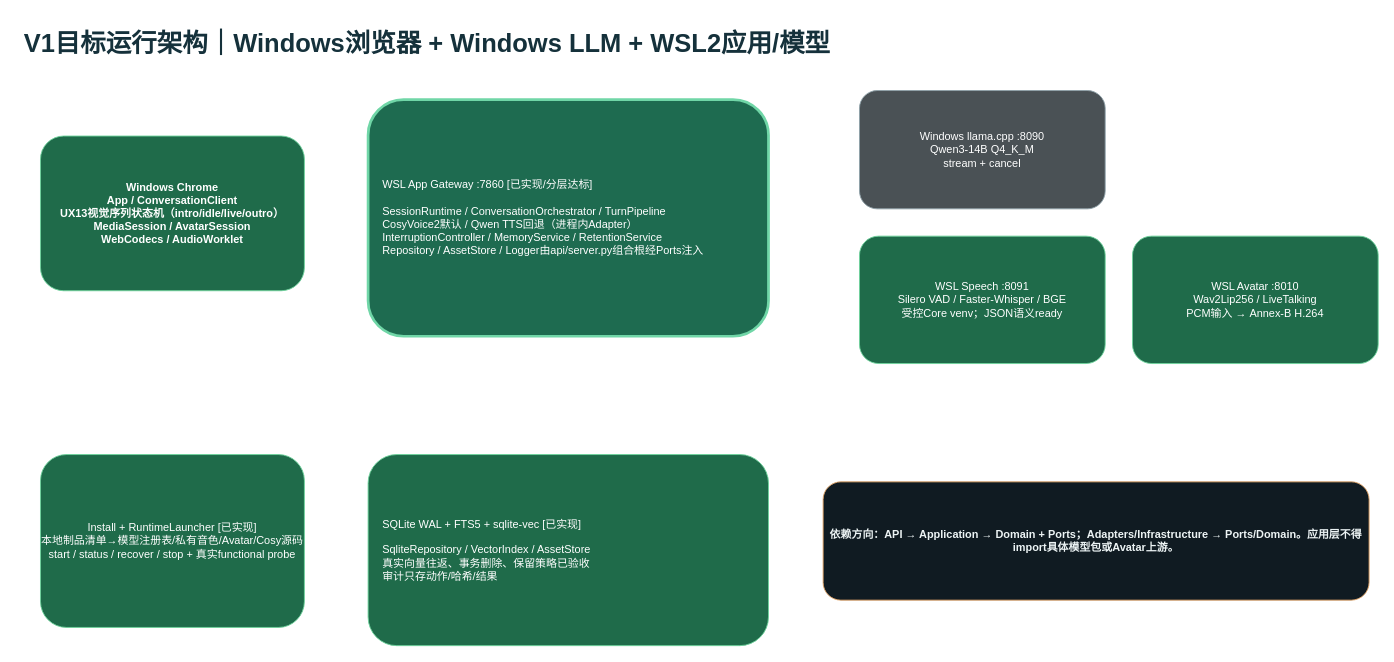
Earlier version of the draw.io diagram page "03-V1目标运行架构" (3 of 8) of docs/cyberWife-b3-b5-delivery-gap.drawio (ljx418/cyberWife). Source tidied: cells renumbered, new cells numbered last; positions are measured from the earlier drawing's top-left corner, leaving out a move shared by most shapes. Both pictures are drawn from the tidied source at 91%, with x=0, y=0 at pixel (22, 22).
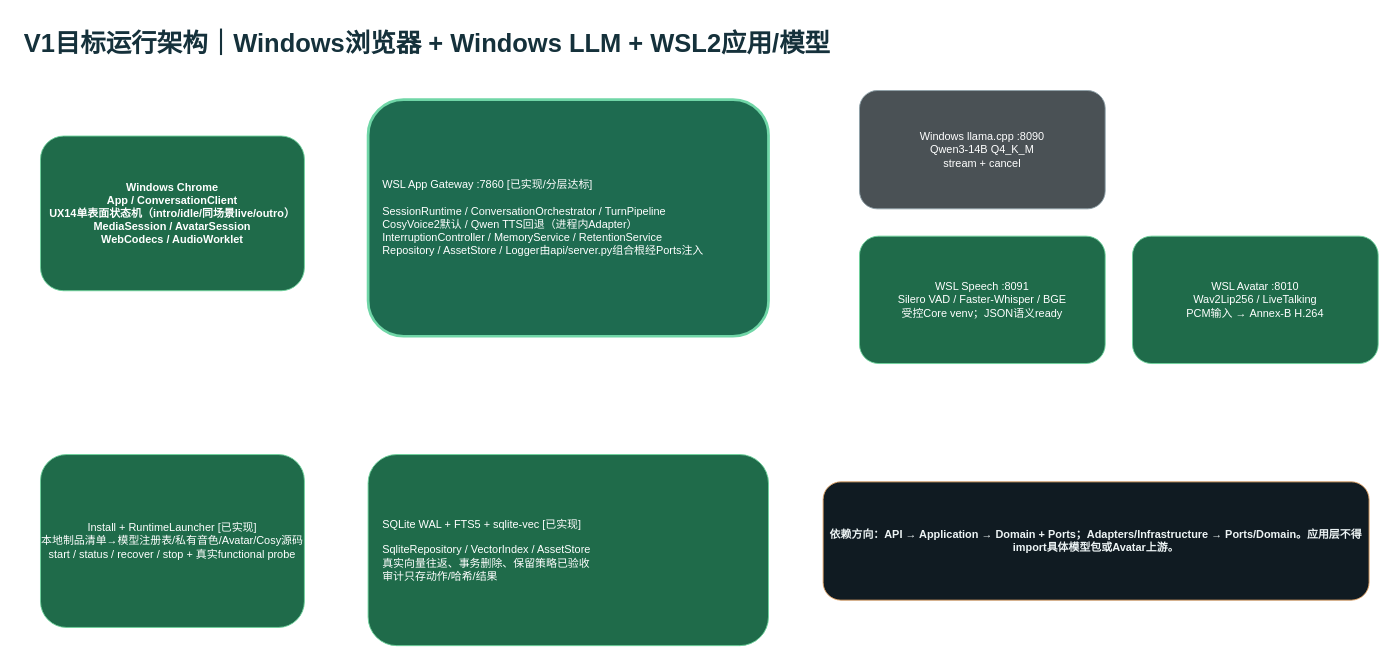
Above is the later version.

The edit, as a diff of the source:
```diff
@@
 <mxGraphModel>
   <root>
     <mxCell id="0" />
     <mxCell id="1" parent="0" />
     <mxCell id="2" value="V1目标运行架构｜Windows浏览器 + Windows LLM + WSL2应用/模型" style="text;html=1;fontSize=28;fontStyle=1;fontColor=#15313B;" parent="1" vertex="1">
       <mxGeometry width="1400" height="55" as="geometry" />
     </mxCell>
-    <mxCell id="3" value="Windows Chrome&#10;App / ConversationClient&#10;UX13视觉序列状态机（intro/idle/live/outro）&#10;MediaSession / AvatarSession&#10;WebCodecs / AudioWorklet" style="rounded=1;html=1;whiteSpace=wrap;fillColor=#1F6B4A;strokeColor=#6ED39C;fontColor=#FFFFFF;fontStyle=1;" parent="1" vertex="1">
+    <mxCell id="3" value="Windows Chrome&#10;App / ConversationClient&#10;UX14单表面状态机（intro/idle/同场景live/outro）&#10;MediaSession / AvatarSession&#10;WebCodecs / AudioWorklet" style="rounded=1;html=1;whiteSpace=wrap;fillColor=#1F6B4A;strokeColor=#6ED39C;fontColor=#FFFFFF;fontStyle=1;" parent="1" vertex="1">
       <mxGeometry x="20" y="125" width="290" height="170" as="geometry" />
     </mxCell>
     <mxCell id="4" value="WSL App Gateway :7860 [已实现/分层达标]&#10;&#10;SessionRuntime / ConversationOrchestrator / TurnPipeline&#10;CosyVoice2默认 / Qwen TTS回退（进程内Adapter）&#10;InterruptionController / MemoryService / RetentionService&#10;Repository / AssetStore / Logger由api/server.py组合根经Ports注入" style="rounded=1;html=1;whiteSpace=wrap;fillColor=#1E6B50;strokeColor=#70D6A7;strokeWidth=3;fontColor=#FFFFFF;align=left;spacing=16;" parent="1" vertex="1">
       <mxGeometry x="380" y="85" width="440" height="260" as="geometry" />
     </mxCell>
     <mxCell id="5" value="Windows llama.cpp :8090&#10;Qwen3-14B Q4_K_M&#10;stream + cancel" style="rounded=1;html=1;whiteSpace=wrap;fillColor=#4A5155;strokeColor=#8EA0A8;fontColor=#FFFFFF;" parent="1" vertex="1">
       <mxGeometry x="920" y="75" width="270" height="130" as="geometry" />
     </mxCell>
     <mxCell id="6" value="WSL Speech :8091&#10;Silero VAD / Faster-Whisper / BGE&#10;受控Core venv；JSON语义ready" style="rounded=1;html=1;whiteSpace=wrap;fillColor=#1F6B4A;strokeColor=#6ED39C;fontColor=#FFFFFF;" parent="1" vertex="1">
       <mxGeometry x="920" y="235" width="270" height="140" as="geometry" />
     </mxCell>
     <mxCell id="7" value="WSL Avatar :8010&#10;Wav2Lip256 / LiveTalking&#10;PCM输入 → Annex-B H.264" style="rounded=1;html=1;whiteSpace=wrap;fillColor=#1F6B4A;strokeColor=#6ED39C;fontColor=#FFFFFF;" parent="1" vertex="1">
       <mxGeometry x="1220" y="235" width="270" height="140" as="geometry" />
     </mxCell>
     <mxCell id="8" value="SQLite WAL + FTS5 + sqlite-vec [已实现]&#10;&#10;SqliteRepository / VectorIndex / AssetStore&#10;真实向量往返、事务删除、保留策略已验收&#10;审计只存动作/哈希/结果" style="rounded=1;html=1;whiteSpace=wrap;fillColor=#1F6B4A;strokeColor=#6ED39C;fontColor=#FFFFFF;align=left;spacing=16;" parent="1" vertex="1">
       <mxGeometry x="380" y="475" width="440" height="210" as="geometry" />
     </mxCell>
     <mxCell id="9" value="Install + RuntimeLauncher [已实现]&#10;本地制品清单→模型注册表/私有音色/Avatar/Cosy源码&#10;start / status / recover / stop + 真实functional probe" style="rounded=1;html=1;whiteSpace=wrap;fillColor=#1F6B4A;strokeColor=#6ED39C;fontColor=#FFFFFF;" parent="1" vertex="1">
       <mxGeometry x="20" y="475" width="290" height="190" as="geometry" />
     </mxCell>
     <mxCell id="10" value="依赖方向：API → Application → Domain + Ports；Adapters/Infrastructure → Ports/Domain。应用层不得import具体模型包或Avatar上游。" style="rounded=1;html=1;whiteSpace=wrap;fillColor=#101B22;strokeColor=#E4A668;fontColor=#EDF4F5;fontStyle=1;" parent="1" vertex="1">
       <mxGeometry x="880" y="505" width="600" height="130" as="geometry" />
     </mxCell>
     <mxCell id="11" style="edgeStyle=orthogonalEdgeStyle;strokeColor=#62B6BC;endArrow=block;" parent="1" edge="1" source="3" target="4" />
     <mxCell id="12" style="edgeStyle=orthogonalEdgeStyle;strokeColor=#8AA0A9;endArrow=block;" parent="1" edge="1" source="4" target="5" />
     <mxCell id="13" style="edgeStyle=orthogonalEdgeStyle;strokeColor=#8AA0A9;endArrow=block;" parent="1" edge="1" source="4" target="6" />
     <mxCell id="14" style="edgeStyle=orthogonalEdgeStyle;strokeColor=#8AA0A9;endArrow=block;" parent="1" edge="1" source="4" target="7" />
     <mxCell id="15" style="edgeStyle=orthogonalEdgeStyle;strokeColor=#62B6BC;endArrow=block;" parent="1" edge="1" source="4" target="8" />
     <mxCell id="16" style="edgeStyle=orthogonalEdgeStyle;strokeColor=#6ED39C;endArrow=block;" parent="1" edge="1" source="9" target="4" />
   </root>
 </mxGraphModel>
```
